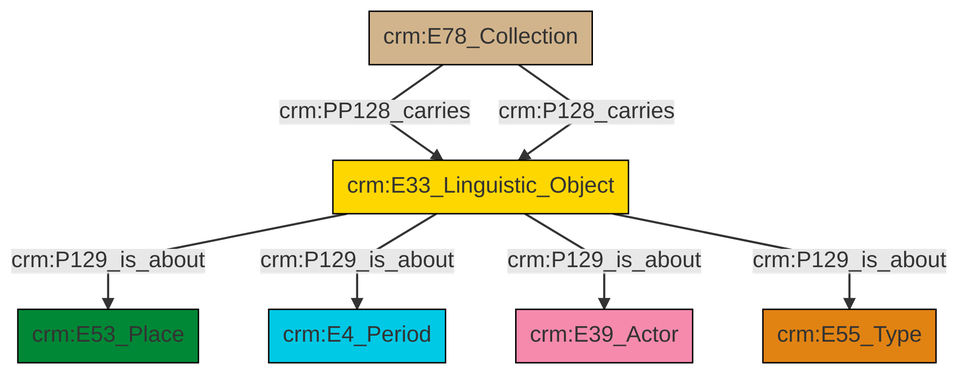
Earlier version of the Mermaid export et/archivalCSV/ttl/mmd/png/archival_aboutness.png (swiss-art-research-net/docs.swissartresearch). Its source is kept beside it as et/archivalCSV/ttl/mmd/archival_aboutness.ttl.mmd.
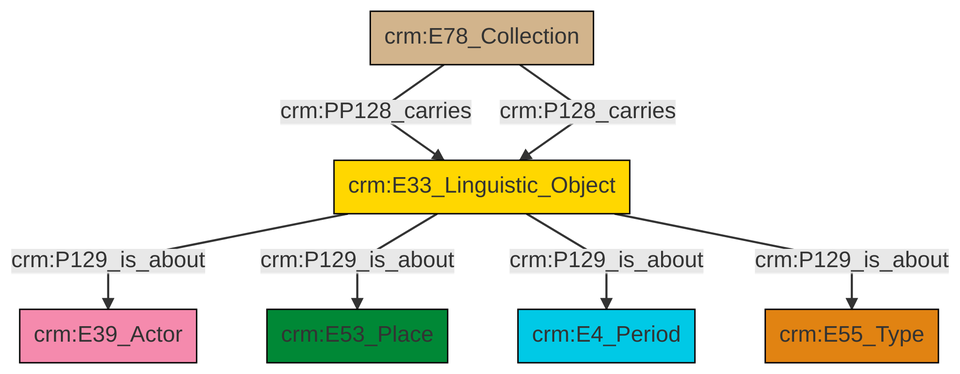
Above is the later version.

The edit, as a diff of the source:
```diff
@@ -13,9 +13,9 @@
 classDef PC_Classes fill:#4ce600, stroke:#000000;
 classDef Multi fill:#cccccc,stroke:#000000;
 
-2["crm:E33_Linguistic_Object"]:::Conceptual_Object -->|crm:P129_is_about| 3["crm:E53_Place"]:::Place
-0["crm:E78_Collection"]:::Physical_Thing -->|crm:PP128_carries| 2["crm:E33_Linguistic_Object"]:::Conceptual_Object
-2["crm:E33_Linguistic_Object"]:::Conceptual_Object -->|crm:P129_is_about| 5["crm:E4_Period"]:::Temporal_Entity
-2["crm:E33_Linguistic_Object"]:::Conceptual_Object -->|crm:P129_is_about| 6["crm:E39_Actor"]:::Actor
-0["crm:E78_Collection"]:::Physical_Thing -->|crm:P128_carries| 2["crm:E33_Linguistic_Object"]:::Conceptual_Object
-2["crm:E33_Linguistic_Object"]:::Conceptual_Object -->|crm:P129_is_about| 9["crm:E55_Type"]:::Type
+0["crm:E33_Linguistic_Object"]:::Conceptual_Object -->|crm:P129_is_about| 1["crm:E39_Actor"]:::Actor
+0["crm:E33_Linguistic_Object"]:::Conceptual_Object -->|crm:P129_is_about| 2["crm:E53_Place"]:::Place
+3["crm:E78_Collection"]:::Physical_Thing -->|crm:PP128_carries| 0["crm:E33_Linguistic_Object"]:::Conceptual_Object
+0["crm:E33_Linguistic_Object"]:::Conceptual_Object -->|crm:P129_is_about| 8["crm:E4_Period"]:::Temporal_Entity
+3["crm:E78_Collection"]:::Physical_Thing -->|crm:P128_carries| 0["crm:E33_Linguistic_Object"]:::Conceptual_Object
+0["crm:E33_Linguistic_Object"]:::Conceptual_Object -->|crm:P129_is_about| 6["crm:E55_Type"]:::Type
```
